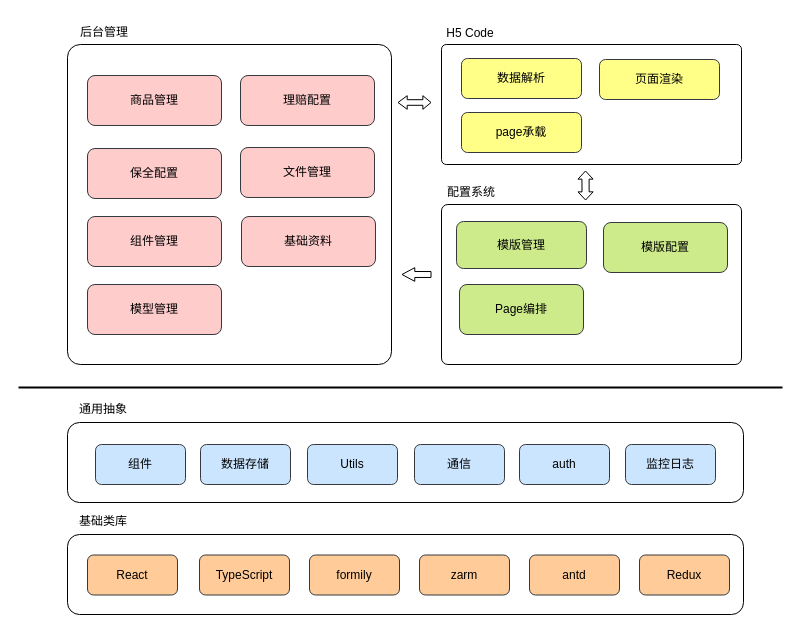
This is 商品中心架构.drawio from wt9213/wt9213.github.io, a draw.io file, before an edit. Source tidied: cells renumbered, new cells numbered last; positions are measured from the earlier drawing's top-left corner, leaving out a move shared by most shapes. Both pictures are drawn from the tidied source at 100%, with x=0, y=0 at pixel (18, 17).
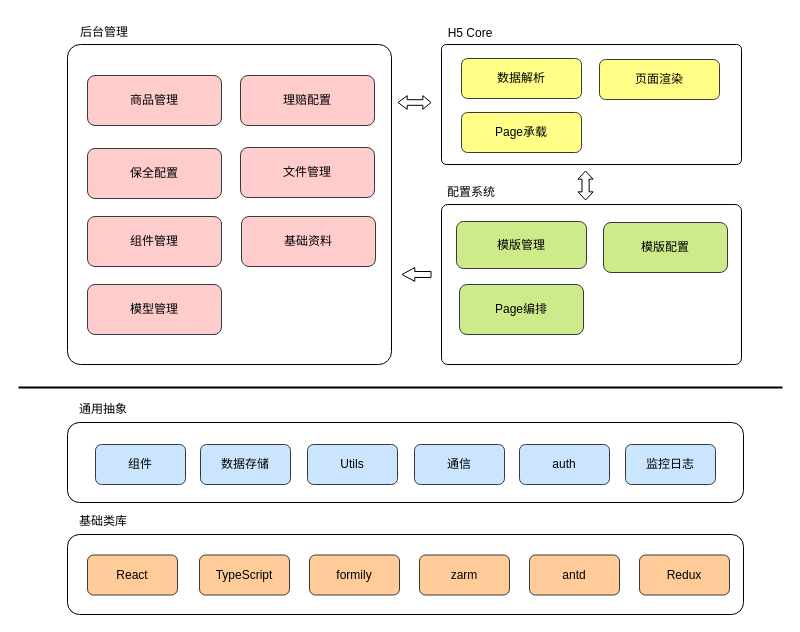
The same diagram, later.

Commit message:
更新商品中心架构.drawio

Diff of the diagram source:
```diff
@@
-    <mxCell id="23" value="H5 Code" style="text;html=1;strokeColor=none;fillColor=none;align=center;verticalAlign=middle;whiteSpace=wrap;rounded=0;" parent="1" vertex="1">
+    <mxCell id="23" value="H5 Core" style="text;html=1;strokeColor=none;fillColor=none;align=center;verticalAlign=middle;whiteSpace=wrap;rounded=0;" parent="1" vertex="1">
       <mxGeometry x="421" y="1" width="62" height="30" as="geometry" />
     </mxCell>
@@
-    <mxCell id="34" value="page承载" style="rounded=1;whiteSpace=wrap;html=1;fillColor=#ffff88;strokeColor=#36393d;" parent="1" vertex="1">
+    <mxCell id="34" value="Page承载" style="rounded=1;whiteSpace=wrap;html=1;fillColor=#ffff88;strokeColor=#36393d;" parent="1" vertex="1">
       <mxGeometry x="443" y="95" width="120" height="40" as="geometry" />
     </mxCell>
```
